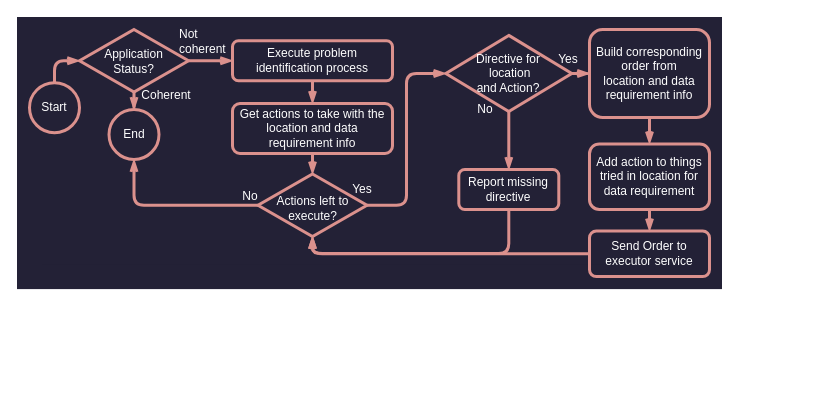
Earlier version of the draw.io diagram 4. Presentaciones/Sustentación/drawio/BranProcessExecuter Alt.drawio (MrDahaniel/StarDuck). Source tidied: cells renumbered, new cells numbered last; positions are measured from the earlier drawing's top-left corner, leaving out a move shared by most shapes. Both pictures are drawn from the tidied source at 100%, with x=0, y=0 at pixel (29, 29).
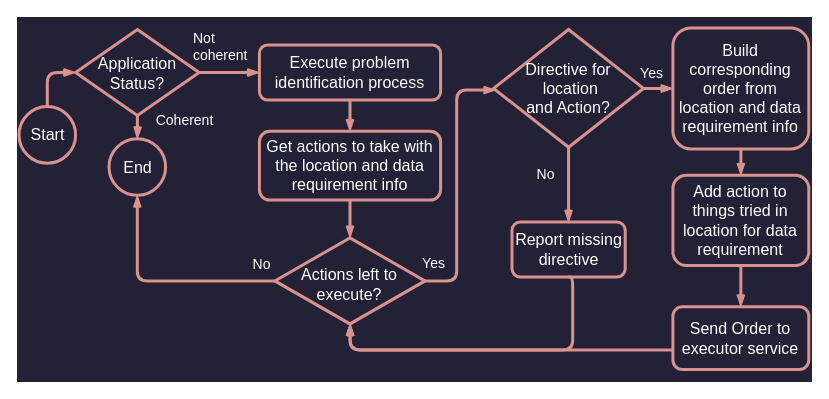
After the change.

The edit, as a diff of the source:
```diff
@@
     <mxCell id="2" style="group;fillColor=#232136;strokeColor=#232136;strokeWidth=25;" parent="1" vertex="1">
-      <mxGeometry width="680" height="247.1" as="geometry" />
+      <mxGeometry width="770" height="340" as="geometry" />
     </mxCell>
-    <mxCell id="3" value="Start" style="ellipse;whiteSpace=wrap;html=1;strokeColor=#DB918D;fontColor=#FFFFFF;fillColor=none;strokeWidth=3;fontSize=12;" parent="2" vertex="1">
-      <mxGeometry y="53.2" width="50" height="50" as="geometry" />
+    <mxCell id="3" value="&lt;font style=&quot;font-size: 16px;&quot;&gt;Start&lt;/font&gt;" style="ellipse;whiteSpace=wrap;html=1;strokeColor=#DB918D;fontColor=#FFFFFF;fillColor=none;strokeWidth=3;fontSize=12;" parent="2" vertex="1">
+      <mxGeometry x="-10.5" y="77.1" width="56.6" height="56.6" as="geometry" />
     </mxCell>
-    <mxCell id="4" value="End" style="ellipse;whiteSpace=wrap;html=1;strokeColor=#DB918D;fontColor=#FFFFFF;fillColor=none;strokeWidth=3;fontSize=12;" parent="2" vertex="1">
-      <mxGeometry x="79.5" y="80" width="50" height="50" as="geometry" />
+    <mxCell id="4" value="&lt;font style=&quot;font-size: 16px;&quot;&gt;End&lt;/font&gt;" style="ellipse;whiteSpace=wrap;html=1;strokeColor=#DB918D;fontColor=#FFFFFF;fillColor=none;strokeWidth=3;fontSize=12;" parent="2" vertex="1">
+      <mxGeometry x="79.5" y="109.2" width="56.6" height="56.6" as="geometry" />
     </mxCell>
-    <mxCell id="5" value="Execute problem identification process" style="rounded=1;whiteSpace=wrap;html=1;strokeColor=#DB918D;fontColor=#FFFFFF;fillColor=none;strokeWidth=3;fontSize=12;" parent="2" vertex="1">
-      <mxGeometry x="203" y="11.2" width="160" height="40" as="geometry" />
+    <mxCell id="5" value="&lt;font style=&quot;font-size: 16px;&quot;&gt;Execute problem identification process&lt;/font&gt;" style="rounded=1;whiteSpace=wrap;html=1;strokeColor=#DB918D;fontColor=#FFFFFF;fillColor=none;strokeWidth=3;fontSize=12;" parent="2" vertex="1">
+      <mxGeometry x="229.9" y="15.5" width="181.2" height="55" as="geometry" />
     </mxCell>
-    <mxCell id="6" value="Application &lt;br style=&quot;font-size: 12px;&quot;&gt;Status?" style="rhombus;whiteSpace=wrap;html=1;rounded=0;strokeColor=#DB918D;strokeWidth=3;align=center;verticalAlign=middle;fontFamily=Helvetica;fontSize=12;fontColor=#FFFFFF;fillColor=none;spacingTop=2;" parent="2" vertex="1">
-      <mxGeometry x="50" width="109" height="62.5" as="geometry" />
+    <mxCell id="6" value="&lt;font style=&quot;font-size: 16px;&quot;&gt;Application &lt;br style=&quot;&quot;&gt;Status?&lt;/font&gt;" style="rhombus;whiteSpace=wrap;html=1;rounded=0;strokeColor=#DB918D;strokeWidth=3;align=center;verticalAlign=middle;fontFamily=Helvetica;fontSize=12;fontColor=#FFFFFF;fillColor=none;spacingTop=2;" parent="2" vertex="1">
+      <mxGeometry x="46.1" width="123.5" height="86" as="geometry" />
     </mxCell>
-    <mxCell id="7" style="edgeStyle=orthogonalEdgeStyle;shape=connector;curved=0;rounded=1;jettySize=auto;html=1;labelBackgroundColor=default;strokeColor=#DB918D;strokeWidth=3;align=center;verticalAlign=middle;fontFamily=Helvetica;fontSize=12;fontColor=#FFFFFF;endArrow=openThin;endFill=0;fillColor=#FAE5C7;entryX=0;entryY=0.5;entryDx=0;entryDy=0;" parent="2" edge="1" source="3" target="6">
+    <mxCell id="7" style="edgeStyle=orthogonalEdgeStyle;shape=connector;curved=0;rounded=1;jettySize=auto;html=1;labelBackgroundColor=default;strokeColor=#DB918D;strokeWidth=3;align=center;verticalAlign=middle;fontFamily=Helvetica;fontSize=12;fontColor=#FFFFFF;endArrow=openThin;endFill=0;fillColor=#FAE5C7;entryX=0;entryY=0.5;entryDx=0;entryDy=0;exitX=0.5;exitY=0;exitDx=0;exitDy=0;" parent="2" edge="1" source="3" target="6">
       <mxGeometry relative="1" as="geometry" />
     </mxCell>
@@
-    <mxCell id="10" value="Coherent" style="text;html=1;strokeColor=none;fillColor=none;align=center;verticalAlign=middle;whiteSpace=wrap;rounded=0;fontSize=12;fontFamily=Helvetica;fontColor=#FFFFFF;" parent="2" vertex="1">
-      <mxGeometry x="118.8" y="56" width="36.2" height="20" as="geometry" />
+    <mxCell id="10" value="&lt;font style=&quot;font-size: 14px;&quot;&gt;Coherent&lt;/font&gt;" style="text;html=1;strokeColor=none;fillColor=none;align=center;verticalAlign=middle;whiteSpace=wrap;rounded=0;fontSize=12;fontFamily=Helvetica;fontColor=#FFFFFF;" parent="2" vertex="1">
+      <mxGeometry x="134.5" y="77" width="41" height="27.5" as="geometry" />
     </mxCell>
-    <mxCell id="11" value="Not &lt;br style=&quot;font-size: 12px;&quot;&gt;coherent" style="text;html=1;strokeColor=none;fillColor=none;align=left;verticalAlign=middle;whiteSpace=wrap;rounded=0;fontSize=12;fontFamily=Helvetica;fontColor=#FFFFFF;" parent="2" vertex="1">
-      <mxGeometry x="148.3" y="2" width="73.9" height="20" as="geometry" />
+    <mxCell id="11" value="&lt;font style=&quot;font-size: 14px;&quot;&gt;Not &lt;br style=&quot;&quot;&gt;coherent&lt;/font&gt;" style="text;html=1;strokeColor=none;fillColor=none;align=left;verticalAlign=middle;whiteSpace=wrap;rounded=0;fontSize=12;fontFamily=Helvetica;fontColor=#FFFFFF;" parent="2" vertex="1">
+      <mxGeometry x="161.7" y="2.8" width="83.7" height="27.5" as="geometry" />
     </mxCell>
-    <mxCell id="12" value="Get actions to take with the location and data requirement info" style="rounded=1;whiteSpace=wrap;html=1;strokeColor=#DB918D;fontColor=#FFFFFF;fillColor=none;strokeWidth=3;fontSize=12;" parent="2" vertex="1">
-      <mxGeometry x="203" y="74" width="160" height="50" as="geometry" />
+    <mxCell id="12" value="&lt;font style=&quot;font-size: 16px;&quot;&gt;Get actions to take with the location and data requirement info&lt;/font&gt;" style="rounded=1;whiteSpace=wrap;html=1;strokeColor=#DB918D;fontColor=#FFFFFF;fillColor=none;strokeWidth=3;fontSize=12;" parent="2" vertex="1">
+      <mxGeometry x="229.9" y="101.8" width="181.2" height="68.8" as="geometry" />
     </mxCell>
@@
-    <mxCell id="15" value="Actions left to execute?" style="rhombus;whiteSpace=wrap;html=1;rounded=0;strokeColor=#DB918D;strokeWidth=3;align=center;verticalAlign=middle;fontFamily=Helvetica;fontSize=12;fontColor=#FFFFFF;fillColor=none;spacingTop=7;" parent="2" vertex="1">
-      <mxGeometry x="228.5" y="144.5" width="109" height="62.5" as="geometry" />
+    <mxCell id="15" value="&lt;font style=&quot;font-size: 16px;&quot;&gt;Actions left to execute?&lt;/font&gt;" style="rhombus;whiteSpace=wrap;html=1;rounded=0;strokeColor=#DB918D;strokeWidth=3;align=center;verticalAlign=middle;fontFamily=Helvetica;fontSize=12;fontColor=#FFFFFF;fillColor=none;spacingTop=7;" parent="2" vertex="1">
+      <mxGeometry x="245.4" y="208.4" width="150.1" height="86" as="geometry" />
     </mxCell>
@@
-    <mxCell id="17" value="No" style="text;html=1;strokeColor=none;fillColor=none;align=center;verticalAlign=middle;whiteSpace=wrap;rounded=0;fontSize=12;fontFamily=Helvetica;fontColor=#FFFFFF;" parent="2" vertex="1">
-      <mxGeometry x="209" y="157.5" width="23.5" height="18.5" as="geometry" />
+    <mxCell id="17" value="&lt;font style=&quot;font-size: 14px;&quot;&gt;No&lt;/font&gt;" style="text;html=1;strokeColor=none;fillColor=none;align=center;verticalAlign=middle;whiteSpace=wrap;rounded=0;fontSize=12;fontFamily=Helvetica;fontColor=#FFFFFF;" parent="2" vertex="1">
+      <mxGeometry x="218.8" y="222.2" width="26.6" height="25.5" as="geometry" />
     </mxCell>
-    <mxCell id="18" value="Yes" style="text;html=1;strokeColor=none;fillColor=none;align=center;verticalAlign=middle;whiteSpace=wrap;rounded=0;fontSize=12;fontFamily=Helvetica;fontColor=#FFFFFF;" parent="2" vertex="1">
-      <mxGeometry x="315" y="150" width="36.2" height="20" as="geometry" />
+    <mxCell id="18" value="&lt;font style=&quot;font-size: 14px;&quot;&gt;Yes&lt;/font&gt;" style="text;html=1;strokeColor=none;fillColor=none;align=center;verticalAlign=middle;whiteSpace=wrap;rounded=0;fontSize=12;fontFamily=Helvetica;fontColor=#FFFFFF;" parent="2" vertex="1">
+      <mxGeometry x="383.9" y="220.1" width="41" height="27.5" as="geometry" />
     </mxCell>
-    <mxCell id="19" value="Build corresponding order from &lt;br&gt;location and data&lt;br&gt;requirement info" style="rounded=1;whiteSpace=wrap;html=1;strokeColor=#DB918D;fontColor=#FFFFFF;fillColor=none;strokeWidth=3;fontSize=12;" parent="2" vertex="1">
-      <mxGeometry x="560" width="120" height="88" as="geometry" />
+    <mxCell id="19" value="&lt;font style=&quot;font-size: 16px;&quot;&gt;Build corresponding order from &lt;br&gt;location and data&lt;br&gt;requirement info&lt;/font&gt;" style="rounded=1;whiteSpace=wrap;html=1;strokeColor=#DB918D;fontColor=#FFFFFF;fillColor=none;strokeWidth=3;fontSize=12;" parent="2" vertex="1">
+      <mxGeometry x="643.4" y="-1.6" width="135.9" height="121.1" as="geometry" />
     </mxCell>
     <mxCell id="20" style="edgeStyle=orthogonalEdgeStyle;shape=connector;curved=0;rounded=1;jettySize=auto;html=1;entryX=0.5;entryY=1;entryDx=0;entryDy=0;labelBackgroundColor=default;strokeColor=#DB918D;strokeWidth=3;align=center;verticalAlign=middle;fontFamily=Helvetica;fontSize=12;fontColor=#FFFFFF;endArrow=openThin;endFill=0;fillColor=#FAE5C7;exitX=0.5;exitY=1;exitDx=0;exitDy=0;" parent="2" edge="1" source="25" target="15">
       <mxGeometry relative="1" as="geometry">
         <Array as="points">
-          <mxPoint x="479" y="224" />
-          <mxPoint x="283" y="224" />
+          <mxPoint x="543.2" y="320.4" />
+          <mxPoint x="320.7" y="320.4" />
         </Array>
       </mxGeometry>
     </mxCell>
-    <mxCell id="21" style="edgeStyle=orthogonalEdgeStyle;shape=connector;curved=0;rounded=1;jettySize=auto;html=1;labelBackgroundColor=default;strokeColor=#DB918D;strokeWidth=3;align=center;verticalAlign=middle;fontFamily=Helvetica;fontSize=12;fontColor=#FFFFFF;endArrow=openThin;endFill=0;fillColor=#FAE5C7;" parent="2" edge="1" source="22" target="19">
+    <mxCell id="21" style="edgeStyle=orthogonalEdgeStyle;shape=connector;curved=0;rounded=1;jettySize=auto;html=1;labelBackgroundColor=default;strokeColor=#DB918D;strokeWidth=3;align=center;verticalAlign=middle;fontFamily=Helvetica;fontSize=12;fontColor=#FFFFFF;endArrow=openThin;endFill=0;fillColor=#FAE5C7;entryX=0;entryY=0.5;entryDx=0;entryDy=0;" parent="2" edge="1" source="22" target="19">
       <mxGeometry relative="1" as="geometry" />
     </mxCell>
-    <mxCell id="22" value="Directive for&lt;br style=&quot;font-size: 12px;&quot;&gt;&amp;nbsp;location &lt;br style=&quot;font-size: 12px;&quot;&gt;and Action?" style="rhombus;whiteSpace=wrap;html=1;rounded=0;strokeColor=#DB918D;strokeWidth=3;align=center;verticalAlign=middle;fontFamily=Helvetica;fontSize=12;fontColor=#FFFFFF;fillColor=none;spacingTop=0;" parent="2" vertex="1">
-      <mxGeometry x="416.3" y="5.9" width="126" height="76.2" as="geometry" />
+    <mxCell id="22" value="&lt;font style=&quot;font-size: 16px;&quot;&gt;Directive for&lt;br style=&quot;&quot;&gt;&amp;nbsp;location &lt;br style=&quot;&quot;&gt;and Action?&lt;/font&gt;" style="rhombus;whiteSpace=wrap;html=1;rounded=0;strokeColor=#DB918D;strokeWidth=3;align=center;verticalAlign=middle;fontFamily=Helvetica;fontSize=12;fontColor=#FFFFFF;fillColor=none;spacingTop=0;" parent="2" vertex="1">
+      <mxGeometry x="464.1" width="149.9" height="117.8" as="geometry" />
     </mxCell>
-    <mxCell id="23" style="edgeStyle=orthogonalEdgeStyle;shape=connector;curved=0;rounded=1;jettySize=auto;html=1;labelBackgroundColor=default;strokeColor=#DB918D;strokeWidth=3;align=center;verticalAlign=middle;fontFamily=Helvetica;fontSize=12;fontColor=#FFFFFF;endArrow=openThin;endFill=0;fillColor=#FAE5C7;entryX=0;entryY=0.5;entryDx=0;entryDy=0;exitX=1;exitY=0.5;exitDx=0;exitDy=0;" parent="2" edge="1" source="15" target="22">
+    <mxCell id="23" style="edgeStyle=orthogonalEdgeStyle;shape=connector;curved=0;rounded=1;jettySize=auto;html=1;labelBackgroundColor=default;strokeColor=#DB918D;strokeWidth=3;align=center;verticalAlign=middle;fontFamily=Helvetica;fontSize=12;fontColor=#FFFFFF;endArrow=openThin;endFill=0;fillColor=#FAE5C7;exitX=1;exitY=0.5;exitDx=0;exitDy=0;" parent="2" edge="1" source="15" target="22">
       <mxGeometry relative="1" as="geometry">
         <Array as="points">
-          <mxPoint x="377" y="176" />
-          <mxPoint x="377" y="44" />
+          <mxPoint x="427.2" y="251.8" />
+          <mxPoint x="427.2" y="60.6" />
         </Array>
       </mxGeometry>
     </mxCell>
@@
-    <mxCell id="25" value="Report missing directive" style="rounded=1;whiteSpace=wrap;html=1;strokeColor=#DB918D;fontColor=#FFFFFF;fillColor=none;strokeWidth=3;fontSize=12;" parent="2" vertex="1">
-      <mxGeometry x="429.3" y="140" width="100" height="40" as="geometry" />
+    <mxCell id="25" value="&lt;font style=&quot;font-size: 16px;&quot;&gt;Report missing directive&lt;/font&gt;" style="rounded=1;whiteSpace=wrap;html=1;strokeColor=#DB918D;fontColor=#FFFFFF;fillColor=none;strokeWidth=3;fontSize=12;" parent="2" vertex="1">
+      <mxGeometry x="482.5" y="192.6" width="113.2" height="55" as="geometry" />
     </mxCell>
-    <mxCell id="26" value="Add action to things tried in location for data requirement" style="rounded=1;whiteSpace=wrap;html=1;strokeColor=#DB918D;fontColor=#FFFFFF;fillColor=none;strokeWidth=3;fontSize=12;spacingLeft=3;spacingRight=3;" parent="2" vertex="1">
-      <mxGeometry x="560" y="114.4" width="120" height="65.6" as="geometry" />
+    <mxCell id="26" value="&lt;font style=&quot;font-size: 16px;&quot;&gt;Add action to things tried in location for data requirement&lt;/font&gt;" style="rounded=1;whiteSpace=wrap;html=1;strokeColor=#DB918D;fontColor=#FFFFFF;fillColor=none;strokeWidth=3;fontSize=12;spacingLeft=3;spacingRight=3;" parent="2" vertex="1">
+      <mxGeometry x="643.4" y="145.7" width="135.9" height="90.3" as="geometry" />
     </mxCell>
@@
     <mxCell id="28" style="edgeStyle=orthogonalEdgeStyle;shape=connector;curved=0;rounded=1;jettySize=auto;html=1;labelBackgroundColor=default;strokeColor=#DB918D;strokeWidth=3;align=center;verticalAlign=middle;fontFamily=Helvetica;fontSize=12;fontColor=#FFFFFF;endArrow=openThin;endFill=0;fillColor=#FAE5C7;" parent="2" edge="1" source="29" target="15">
       <mxGeometry relative="1" as="geometry">
         <Array as="points">
-          <mxPoint x="283" y="224" />
+          <mxPoint x="320.7" y="320.4" />
         </Array>
       </mxGeometry>
     </mxCell>
-    <mxCell id="29" value="Send Order to &lt;br style=&quot;font-size: 12px;&quot;&gt;executor service" style="rounded=1;whiteSpace=wrap;html=1;strokeColor=#DB918D;fontColor=#FFFFFF;fillColor=none;strokeWidth=3;fontSize=12;" parent="2" vertex="1">
-      <mxGeometry x="560" y="201.5" width="120" height="45.6" as="geometry" />
+    <mxCell id="29" value="&lt;font style=&quot;font-size: 16px;&quot;&gt;Send Order to &lt;br style=&quot;&quot;&gt;executor service&lt;/font&gt;" style="rounded=1;whiteSpace=wrap;html=1;strokeColor=#DB918D;fontColor=#FFFFFF;fillColor=none;strokeWidth=3;fontSize=12;" parent="2" vertex="1">
+      <mxGeometry x="643.4" y="277.2" width="135.9" height="62.8" as="geometry" />
     </mxCell>
@@
-    <mxCell id="31" value="Yes" style="text;html=1;strokeColor=none;fillColor=none;align=center;verticalAlign=middle;whiteSpace=wrap;rounded=0;fontSize=12;fontFamily=Helvetica;fontColor=#FFFFFF;" parent="2" vertex="1">
-      <mxGeometry x="521" y="19.6" width="36.2" height="20" as="geometry" />
+    <mxCell id="31" value="&lt;font style=&quot;font-size: 14px;&quot;&gt;Yes&lt;/font&gt;" style="text;html=1;strokeColor=none;fillColor=none;align=center;verticalAlign=middle;whiteSpace=wrap;rounded=0;fontSize=12;fontFamily=Helvetica;fontColor=#FFFFFF;" parent="2" vertex="1">
+      <mxGeometry x="602.4" y="30.3" width="41" height="27.5" as="geometry" />
     </mxCell>
-    <mxCell id="32" value="No" style="text;html=1;strokeColor=none;fillColor=none;align=center;verticalAlign=middle;whiteSpace=wrap;rounded=0;fontSize=12;fontFamily=Helvetica;fontColor=#FFFFFF;" parent="2" vertex="1">
-      <mxGeometry x="444" y="71" width="23.5" height="18.5" as="geometry" />
+    <mxCell id="32" value="&lt;font style=&quot;font-size: 14px;&quot;&gt;No&lt;/font&gt;" style="text;html=1;strokeColor=none;fillColor=none;align=center;verticalAlign=middle;whiteSpace=wrap;rounded=0;fontSize=12;fontFamily=Helvetica;fontColor=#FFFFFF;" parent="2" vertex="1">
+      <mxGeometry x="502.8" y="131.9" width="26.6" height="25.5" as="geometry" />
     </mxCell>
```
